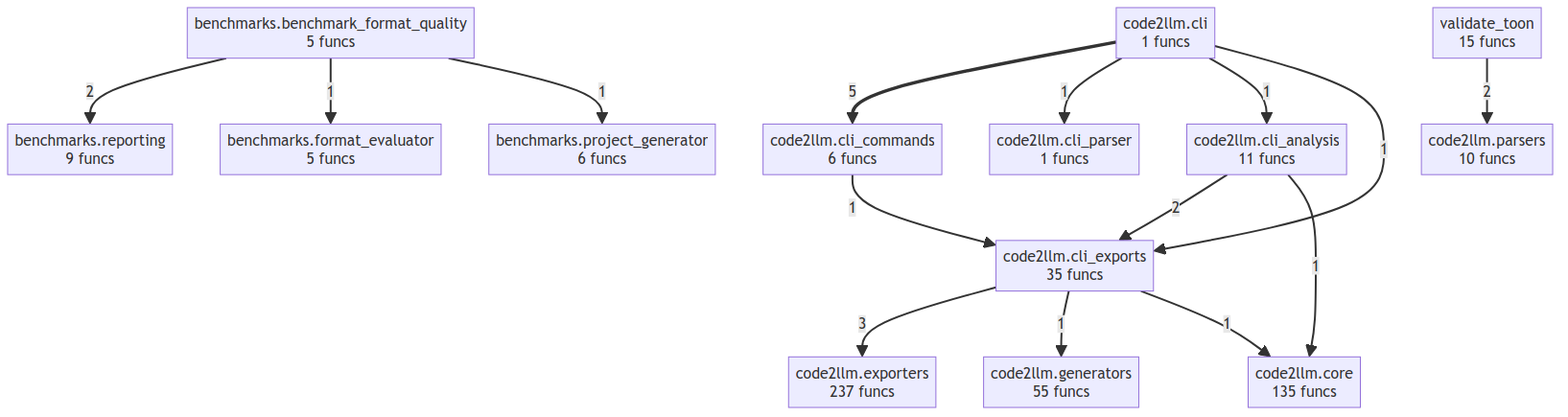
wronai/code2flow keeps this Mermaid diagram as project/compact_flow.png. Above is the earlier version. Its source is kept beside it as project/compact_flow.mmd.
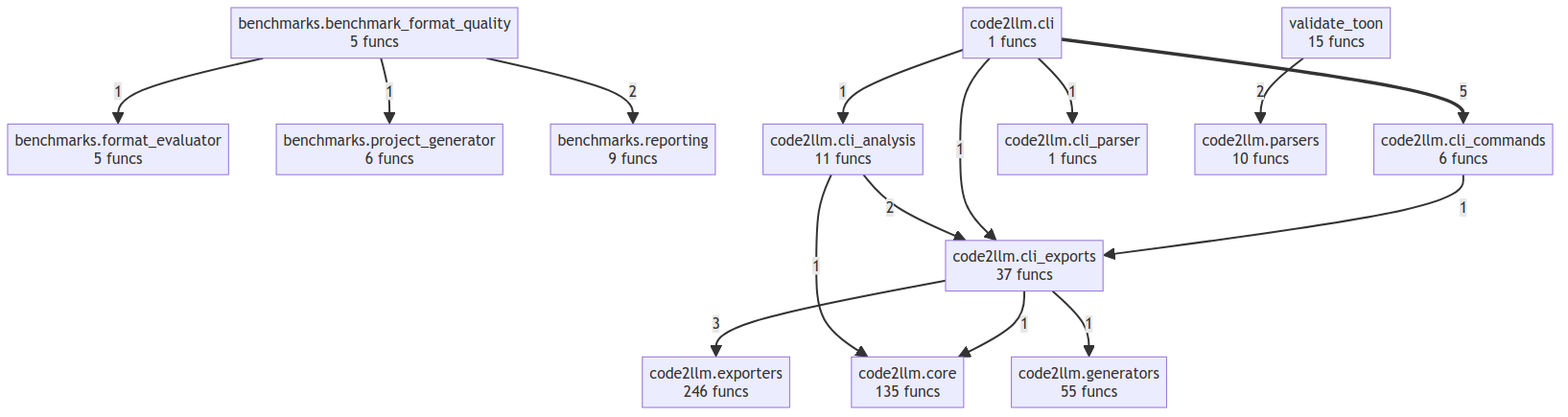
The same diagram one commit later.

Change to the diagram source:
```diff
@@ -6,24 +6,24 @@
     code2llm_cli["code2llm.cli<br/>1 funcs"]
     code2llm_cli_analysis["code2llm.cli_analysis<br/>11 funcs"]
     code2llm_cli_commands["code2llm.cli_commands<br/>6 funcs"]
-    code2llm_cli_exports["code2llm.cli_exports<br/>35 funcs"]
+    code2llm_cli_exports["code2llm.cli_exports<br/>37 funcs"]
     code2llm_cli_parser["code2llm.cli_parser<br/>1 funcs"]
     code2llm_core["code2llm.core<br/>135 funcs"]
-    code2llm_exporters["code2llm.exporters<br/>237 funcs"]
+    code2llm_exporters["code2llm.exporters<br/>246 funcs"]
     code2llm_generators["code2llm.generators<br/>55 funcs"]
     code2llm_parsers["code2llm.parsers<br/>10 funcs"]
     validate_toon["validate_toon<br/>15 funcs"]
     code2llm_cli ==>|5| code2llm_cli_commands
     code2llm_cli_exports -->|3| code2llm_exporters
     validate_toon -->|2| code2llm_parsers
+    benchmarks_benchmark_format_quality -->|2| benchmarks_reporting
     code2llm_cli_analysis -->|2| code2llm_cli_exports
-    benchmarks_benchmark_format_quality -->|2| benchmarks_reporting
     code2llm_cli -->|1| code2llm_cli_parser
     code2llm_cli -->|1| code2llm_cli_analysis
     code2llm_cli -->|1| code2llm_cli_exports
+    benchmarks_benchmark_format_quality -->|1| benchmarks_format_evaluator
+    benchmarks_benchmark_format_quality -->|1| benchmarks_project_generator
     code2llm_cli_analysis -->|1| code2llm_core
     code2llm_cli_commands -->|1| code2llm_cli_exports
-    benchmarks_benchmark_format_quality -->|1| benchmarks_format_evaluator
-    benchmarks_benchmark_format_quality -->|1| benchmarks_project_generator
+    code2llm_cli_exports -->|1| code2llm_core
     code2llm_cli_exports -->|1| code2llm_generators
-    code2llm_cli_exports -->|1| code2llm_core
```
